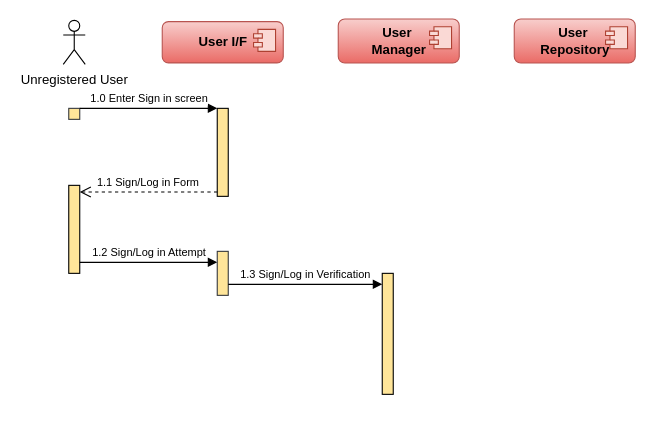
The draw.io diagram page "SAD SUC-1" (2 of 3) of SAD Sequence Diagrams.drawio in Itaybarbar/myProject, before the edit. Source tidied: cells renumbered, new cells numbered last; positions are measured from the earlier drawing's top-left corner, leaving out a move shared by most shapes. Both pictures are drawn from the tidied source at 110%, with x=0, y=0 at pixel (63, 19).
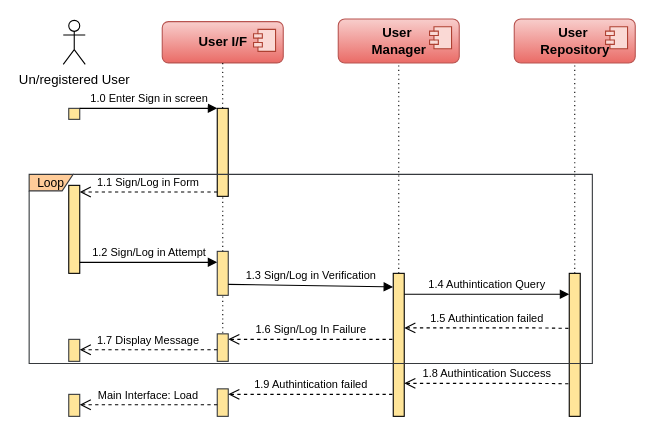
The same page after the edit.

The change refers to these unchanged cells:
```xml
<mxCell id="3" value="&lt;font size=&quot;1&quot;&gt;&lt;b style=&quot;font-size: 12px&quot;&gt;User I/F&lt;/b&gt;&lt;/font&gt;" style="html=1;rounded=1;strokeWidth=1;fillColor=#f8cecc;gradientColor=#ea6b66;strokeColor=#b85450;" parent="1" vertex="1">
  <mxGeometry x="90" y="2.2" width="110" height="37.5" as="geometry" />
</mxCell>
<mxCell id="5" value="&lt;div&gt;&lt;b&gt;&lt;font style=&quot;font-size: 12px&quot;&gt;User&amp;nbsp;&lt;/font&gt;&lt;/b&gt;&lt;/div&gt;&lt;div&gt;&lt;b&gt;&lt;font style=&quot;font-size: 12px&quot;&gt;Manager&lt;/font&gt;&lt;/b&gt;&lt;/div&gt;" style="html=1;rounded=1;strokeWidth=1;fillColor=#f8cecc;gradientColor=#ea6b66;strokeColor=#b85450;align=center;" parent="1" vertex="1">
  <mxGeometry x="250" y="-0.2" width="110" height="40" as="geometry" />
</mxCell>
<mxCell id="7" value="&lt;div&gt;&lt;b&gt;&lt;font style=&quot;font-size: 12px&quot;&gt;User&amp;nbsp;&lt;/font&gt;&lt;/b&gt;&lt;/div&gt;&lt;div&gt;&lt;b&gt;&lt;font style=&quot;font-size: 12px&quot;&gt;Repository&lt;/font&gt;&lt;/b&gt;&lt;/div&gt;" style="html=1;rounded=1;strokeWidth=1;fillColor=#f8cecc;gradientColor=#ea6b66;strokeColor=#b85450;align=center;" parent="1" vertex="1">
  <mxGeometry x="410" y="-0.2" width="110" height="40" as="geometry" />
</mxCell>
<mxCell id="10" style="html=1;points=[];perimeter=orthogonalPerimeter;fillColor=#FFE599;" parent="1" vertex="1">
  <mxGeometry x="140" y="81" width="10" height="80" as="geometry" />
</mxCell>
```

The edit, as a diff of the source:
```diff
@@
-    <mxCell id="2" value="Unregistered User" style="shape=umlActor;verticalLabelPosition=bottom;verticalAlign=top;html=1;" parent="1" vertex="1">
+    <mxCell id="2" value="Un/registered User" style="shape=umlActor;verticalLabelPosition=bottom;verticalAlign=top;html=1;" parent="1" vertex="1">
       <mxGeometry y="1" width="20" height="40" as="geometry" />
     </mxCell>
@@
-    <mxCell id="16" value="&lt;font style=&quot;font-size: 10px&quot;&gt;1.3 Sign/Log in Verification&lt;/font&gt;" style="html=1;verticalAlign=bottom;endArrow=block;rounded=0;" parent="1" edge="1">
+    <mxCell id="16" value="&lt;font style=&quot;font-size: 10px&quot;&gt;1.3 Sign/Log in Verification&lt;/font&gt;" style="html=1;verticalAlign=bottom;endArrow=block;rounded=0;entryX=-0.02;entryY=0.095;entryDx=0;entryDy=0;entryPerimeter=0;" parent="1" edge="1" target="17">
       <mxGeometry relative="1" as="geometry">
         <mxPoint x="150" y="241" as="sourcePoint" />
-        <mxPoint x="290" y="241" as="targetPoint" />
       </mxGeometry>
     </mxCell>
     <mxCell id="17" style="html=1;points=[];perimeter=orthogonalPerimeter;fontSize=10;fillColor=#FFE599;" parent="1" vertex="1">
-      <mxGeometry x="290" y="231" width="10" height="110" as="geometry" />
+      <mxGeometry x="300" y="231" width="10" height="130" as="geometry" />
     </mxCell>
+    <mxCell id="18" style="html=1;perimeter=orthogonalPerimeter;fontSize=10;fillColor=#FFE599;" parent="1" vertex="1">
+      <mxGeometry x="460" y="231" width="10" height="130" as="geometry" />
+    </mxCell>
+    <mxCell id="19" value="&lt;font style=&quot;font-size: 10px&quot;&gt;1.4 Authintication Query&lt;/font&gt;" style="html=1;verticalAlign=bottom;endArrow=block;rounded=0;edgeStyle=orthogonalEdgeStyle;" parent="1" edge="1">
+      <mxGeometry relative="1" as="geometry">
+        <mxPoint x="310" y="250" as="sourcePoint" />
+        <mxPoint x="460" y="250" as="targetPoint" />
+      </mxGeometry>
+    </mxCell>
+    <mxCell id="20" value="&lt;font style=&quot;font-size: 10px&quot;&gt;1.5 Authintication failed&lt;/font&gt;" style="html=1;verticalAlign=bottom;endArrow=none;rounded=0;edgeStyle=orthogonalEdgeStyle;endFill=0;dashed=1;startArrow=open;startFill=0;endSize=6;startSize=8;" parent="1" edge="1">
+      <mxGeometry relative="1" as="geometry">
+        <mxPoint x="310" y="280.6" as="sourcePoint" />
+        <mxPoint x="460" y="281" as="targetPoint" />
+        <Array as="points">
+          <mxPoint x="430" y="281" />
+          <mxPoint x="430" y="281" />
+        </Array>
+      </mxGeometry>
+    </mxCell>
+    <mxCell id="21" value="&lt;font style=&quot;font-size: 10px&quot;&gt;1.6 Sign/Log In Failure&lt;/font&gt;" style="html=1;verticalAlign=bottom;endArrow=none;rounded=0;entryX=0.068;entryY=0.176;entryDx=0;entryDy=0;entryPerimeter=0;edgeStyle=orthogonalEdgeStyle;endFill=0;dashed=1;startArrow=open;startFill=0;endSize=6;startSize=8;" parent="1" edge="1">
+      <mxGeometry relative="1" as="geometry">
+        <mxPoint x="150" y="291" as="sourcePoint" />
+        <mxPoint x="300.7" y="291" as="targetPoint" />
+        <Array as="points">
+          <mxPoint x="260" y="291" />
+          <mxPoint x="260" y="291" />
+        </Array>
+      </mxGeometry>
+    </mxCell>
+    <mxCell id="22" style="html=1;perimeter=orthogonalPerimeter;fillColor=#FFE599;strokeColor=#36393d;" parent="1" vertex="1">
+      <mxGeometry x="140" y="286" width="10" height="25" as="geometry" />
+    </mxCell>
+    <mxCell id="23" style="html=1;perimeter=orthogonalPerimeter;fillColor=#FFE599;strokeColor=#36393d;" parent="1" vertex="1">
+      <mxGeometry x="5" y="291" width="10" height="20" as="geometry" />
+    </mxCell>
+    <mxCell id="24" value="&lt;font style=&quot;font-size: 10px&quot;&gt;1.7 Display Message&lt;/font&gt;" style="html=1;verticalAlign=bottom;endArrow=open;dashed=1;endSize=8;exitX=0;exitY=0.95;rounded=0;" parent="1" edge="1">
+      <mxGeometry relative="1" as="geometry">
+        <mxPoint x="140" y="300.5" as="sourcePoint" />
+        <mxPoint x="15" y="300.5" as="targetPoint" />
+      </mxGeometry>
+    </mxCell>
+    <mxCell id="25" style="endArrow=none;dashed=1;html=1;dashPattern=1 3;strokeWidth=1;rounded=0;startSize=8;endSize=6;entryX=0.5;entryY=1;entryDx=0;entryDy=0;" parent="1" edge="1" source="17" target="5">
+      <mxGeometry relative="1" as="geometry" />
+    </mxCell>
+    <mxCell id="26" style="endArrow=none;dashed=1;html=1;dashPattern=1 3;strokeWidth=1;rounded=0;startSize=8;endSize=6;entryX=0.5;entryY=1;entryDx=0;entryDy=0;" parent="1" edge="1" target="7">
+      <mxGeometry relative="1" as="geometry">
+        <mxPoint x="465" y="231" as="sourcePoint" />
+      </mxGeometry>
+    </mxCell>
+    <mxCell id="27" value="&lt;font style=&quot;font-size: 11px;&quot;&gt;Loop&lt;/font&gt;" style="shape=umlFrame;whiteSpace=wrap;html=1;width=40;height=15;fillColor=#ffcc99;strokeColor=#36393d;" parent="1" vertex="1">
+      <mxGeometry x="-31" y="141" width="512" height="172" as="geometry" />
+    </mxCell>
+    <mxCell id="28" style="endArrow=none;dashed=1;html=1;dashPattern=1 3;strokeWidth=1;rounded=0;startSize=8;endSize=6;entryX=0.5;entryY=1;entryDx=0;entryDy=0;exitX=0.492;exitY=-0.002;exitDx=0;exitDy=0;exitPerimeter=0;" parent="1" edge="1" source="10" target="3">
+      <mxGeometry relative="1" as="geometry" />
+    </mxCell>
+    <mxCell id="29" style="endArrow=none;dashed=1;html=1;dashPattern=1 3;strokeWidth=1;rounded=0;startSize=8;endSize=6;" parent="1" edge="1">
+      <mxGeometry relative="1" as="geometry">
+        <mxPoint x="145" y="211" as="sourcePoint" />
+        <mxPoint x="145" y="161" as="targetPoint" />
+      </mxGeometry>
+    </mxCell>
+    <mxCell id="30" style="endArrow=none;dashed=1;html=1;dashPattern=1 3;strokeWidth=1;rounded=0;startSize=8;endSize=6;" parent="1" edge="1">
+      <mxGeometry relative="1" as="geometry">
+        <mxPoint x="145" y="285" as="sourcePoint" />
+        <mxPoint x="145" y="251" as="targetPoint" />
+      </mxGeometry>
+    </mxCell>
+    <mxCell id="31" value="&lt;font style=&quot;font-size: 10px&quot;&gt;1.8 Authintication Success&lt;/font&gt;" style="html=1;verticalAlign=bottom;endArrow=none;rounded=0;edgeStyle=orthogonalEdgeStyle;endFill=0;dashed=1;startArrow=open;startFill=0;endSize=6;startSize=8;" parent="1" edge="1">
+      <mxGeometry relative="1" as="geometry">
+        <mxPoint x="310" y="331" as="sourcePoint" />
+        <mxPoint x="460" y="331.4" as="targetPoint" />
+        <Array as="points">
+          <mxPoint x="430" y="331.4" />
+          <mxPoint x="430" y="331.4" />
+        </Array>
+      </mxGeometry>
+    </mxCell>
+    <mxCell id="32" style="html=1;perimeter=orthogonalPerimeter;fillColor=#FFE599;strokeColor=#36393d;" parent="1" vertex="1">
+      <mxGeometry x="140" y="336" width="10" height="25" as="geometry" />
+    </mxCell>
+    <mxCell id="33" value="&lt;font style=&quot;font-size: 10px&quot;&gt;1.9 Authintication failed&lt;/font&gt;" style="html=1;verticalAlign=bottom;endArrow=none;rounded=0;entryX=0.068;entryY=0.176;entryDx=0;entryDy=0;entryPerimeter=0;edgeStyle=orthogonalEdgeStyle;endFill=0;dashed=1;startArrow=open;startFill=0;endSize=6;startSize=8;" parent="1" edge="1">
+      <mxGeometry relative="1" as="geometry">
+        <mxPoint x="150" y="341" as="sourcePoint" />
+        <mxPoint x="300.7" y="341" as="targetPoint" />
+        <Array as="points">
+          <mxPoint x="260" y="341" />
+          <mxPoint x="260" y="341" />
+        </Array>
+      </mxGeometry>
+    </mxCell>
+    <mxCell id="34" style="html=1;perimeter=orthogonalPerimeter;fillColor=#FFE599;strokeColor=#36393d;" parent="1" vertex="1">
+      <mxGeometry x="5" y="341" width="10" height="20" as="geometry" />
+    </mxCell>
+    <mxCell id="35" value="&lt;font style=&quot;font-size: 10px&quot;&gt;Main Interface: Load&lt;/font&gt;" style="html=1;verticalAlign=bottom;endArrow=open;dashed=1;endSize=8;exitX=0;exitY=0.95;rounded=0;" parent="1" edge="1">
+      <mxGeometry relative="1" as="geometry">
+        <mxPoint x="140" y="350.5" as="sourcePoint" />
+        <mxPoint x="15" y="350.5" as="targetPoint" />
+      </mxGeometry>
+    </mxCell>
```
